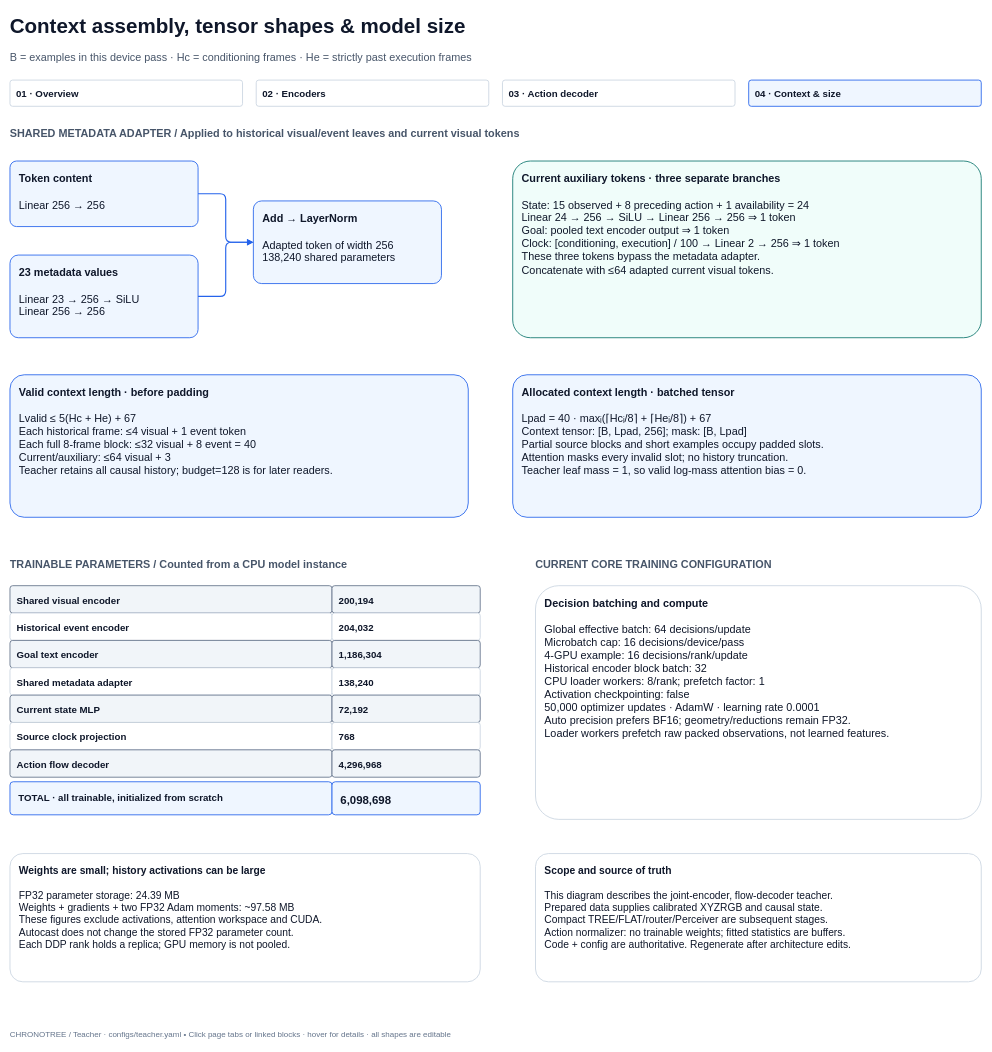
Earlier version of the draw.io diagram page "04 · Context & size" (4 of 4) of docs/diagrams/teacher_architecture.drawio (Ricvalp/chronotree). Source tidied: cells renumbered, new cells numbered last; positions are measured from the earlier drawing's top-left corner, leaving out a move shared by most shapes. Both pictures are drawn from the tidied source at 57%, with x=0, y=0 at pixel (10, 10).
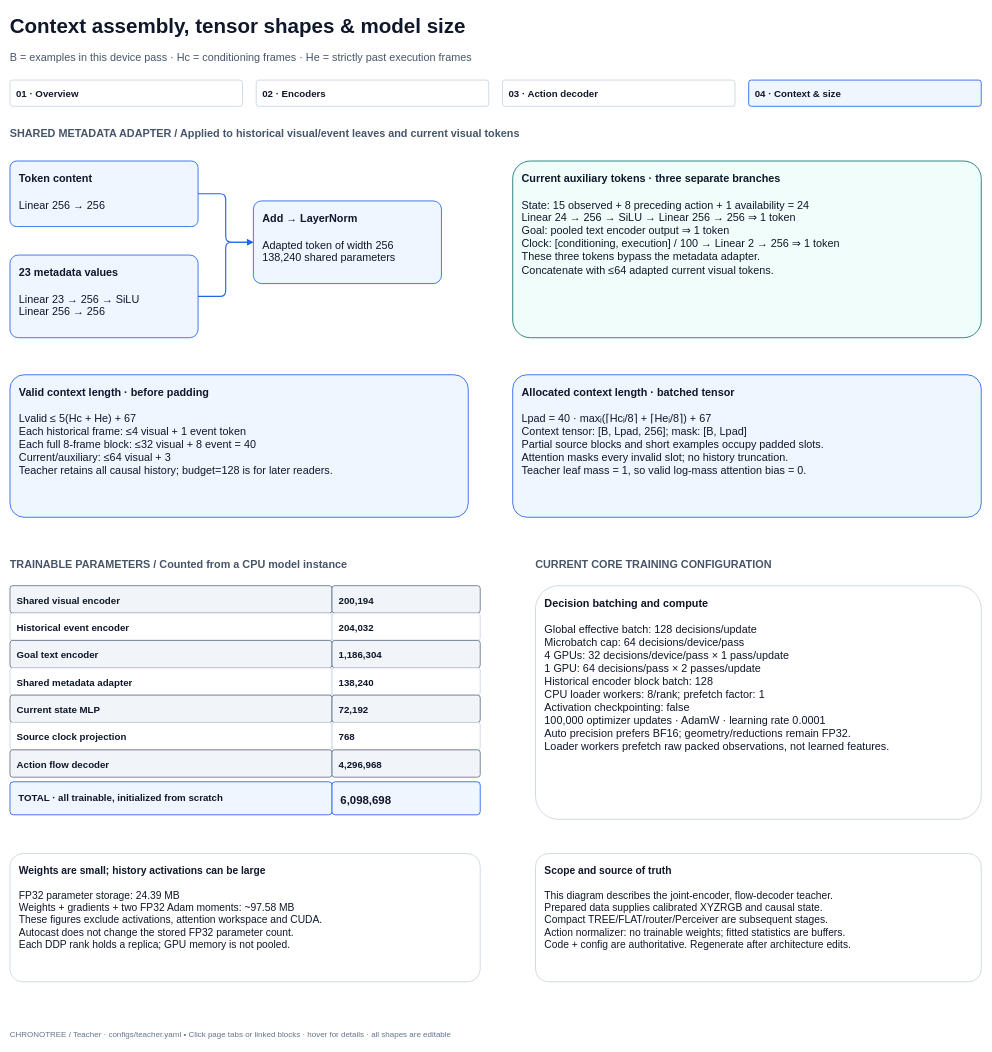
The same diagram, later.

Change to the diagram source:
```diff
@@
-    <mxCell id="37" value="&lt;b&gt;Decision batching and compute&lt;/b&gt;&lt;br&gt;&lt;br&gt;Global effective batch: 64 decisions/update&lt;br&gt;Microbatch cap: 16 decisions/device/pass&lt;br&gt;4-GPU example: 16 decisions/rank/update&lt;br&gt;Historical encoder block batch: 32&lt;br&gt;CPU loader workers: 8/rank; prefetch factor: 1&lt;br&gt;Activation checkpointing: false&lt;br&gt;50,000 optimizer updates · AdamW · learning rate 0.0001&lt;br&gt;Auto precision prefers BF16; geometry/reductions remain FP32.&lt;br&gt;Loader workers prefetch raw packed observations, not learned features." style="rounded=1;arcSize=10;whiteSpace=wrap;html=1;fillColor=#FFFFFF;strokeColor=#CBD5E1;strokeWidth=1.5;align=left;verticalAlign=top;spacing=16;fontFamily=Arial;fontSize=19;fontColor=#0F172A;shadow=0;" parent="2" vertex="1">
+    <mxCell id="37" value="&lt;b&gt;Decision batching and compute&lt;/b&gt;&lt;br&gt;&lt;br&gt;Global effective batch: 128 decisions/update&lt;br&gt;Microbatch cap: 64 decisions/device/pass&lt;br&gt;4 GPUs: 32 decisions/device/pass × 1 pass/update&lt;br&gt;1 GPU: 64 decisions/pass × 2 passes/update&lt;br&gt;Historical encoder block batch: 128&lt;br&gt;CPU loader workers: 8/rank; prefetch factor: 1&lt;br&gt;Activation checkpointing: false&lt;br&gt;100,000 optimizer updates · AdamW · learning rate 0.0001&lt;br&gt;Auto precision prefers BF16; geometry/reductions remain FP32.&lt;br&gt;Loader workers prefetch raw packed observations, not learned features." style="rounded=1;arcSize=10;whiteSpace=wrap;html=1;fillColor=#FFFFFF;strokeColor=#CBD5E1;strokeWidth=1.5;align=left;verticalAlign=top;spacing=16;fontFamily=Arial;fontSize=19;fontColor=#0F172A;shadow=0;" parent="2" vertex="1">
       <mxGeometry x="922" y="1010" width="782" height="410" as="geometry" />
     </mxCell>
```
